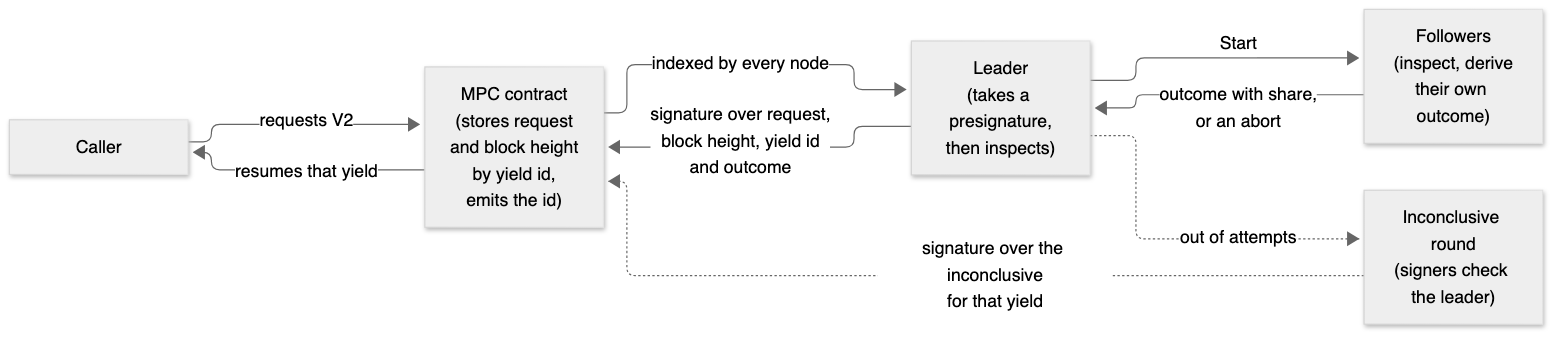
This is docs/design/signed-foreign-transaction-outcomes/attachments/overview.png from near/mpc, a Mermaid export, as it was before one commit. Its source is kept beside it as docs/design/signed-foreign-transaction-outcomes/attachments/overview.mmd. Source of this version:
```mermaid
flowchart LR
    C["Caller"] -->|"requests V2"| K["MPC contract<br/>(stores request<br/>and block height<br/>by yield id,<br/>emits the id)"]
    K -->|"indexed by every node"| L["Leader<br/>(takes a presignature,<br/>then inspects)"]
    L -->|"Start"| F["Followers<br/>(inspect, derive<br/>their own outcome)"]
    F -->|"outcome with share,<br/>or an abort"| L
    L -->|"signature over request,<br/>block height, yield id<br/>and outcome"| K
    K -->|"resumes that yield"| C
    L -.->|"out of attempts"| I["Inconclusive round<br/>(signers check the leader)"]
    I -.->|"signature over the inconclusive<br/>for that yield"| K
```
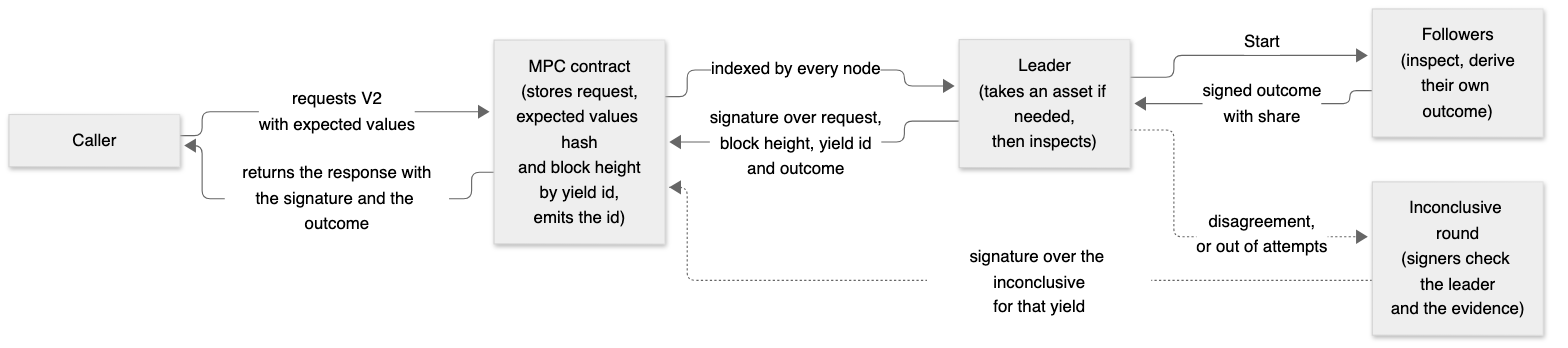
The same file after the commit.

Commit message:
docs: work the first review round into the signed outcomes design

The edit, as a diff of the source:
```diff
@@ -1,9 +1,9 @@
 flowchart LR
-    C["Caller"] -->|"requests V2"| K["MPC contract<br/>(stores request<br/>and block height<br/>by yield id,<br/>emits the id)"]
-    K -->|"indexed by every node"| L["Leader<br/>(takes a presignature,<br/>then inspects)"]
+    C["Caller"] -->|"requests V2<br/>with expected values"| K["MPC contract<br/>(stores request,<br/>expected values hash<br/>and block height<br/>by yield id,<br/>emits the id)"]
+    K -->|"indexed by every node"| L["Leader<br/>(takes an asset if needed,<br/>then inspects)"]
     L -->|"Start"| F["Followers<br/>(inspect, derive<br/>their own outcome)"]
-    F -->|"outcome with share,<br/>or an abort"| L
+    F -->|"signed outcome<br/>with share"| L
     L -->|"signature over request,<br/>block height, yield id<br/>and outcome"| K
-    K -->|"resumes that yield"| C
-    L -.->|"out of attempts"| I["Inconclusive round<br/>(signers check the leader)"]
+    K -->|"returns the response with<br/>the signature and the outcome"| C
+    L -.->|"disagreement,<br/>or out of attempts"| I["Inconclusive round<br/>(signers check the leader<br/>and the evidence)"]
     I -.->|"signature over the inconclusive<br/>for that yield"| K
```
